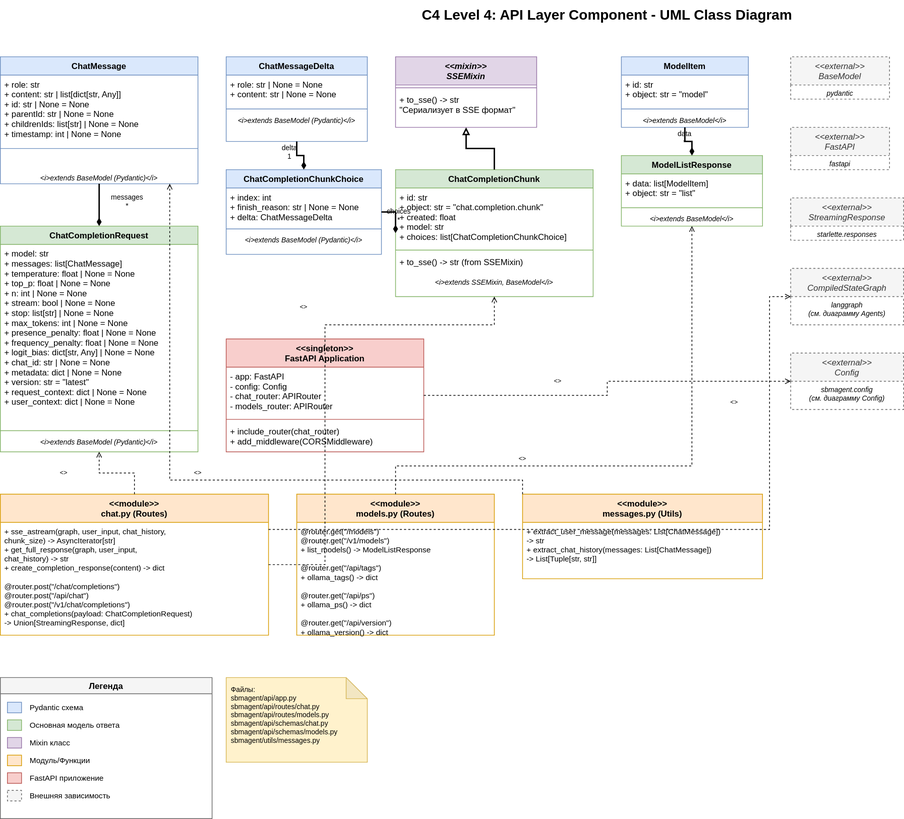
This is ProjectAPILayerUML.drawio.svg from pavel-collab/Agentic-system-images, a draw.io export, as it was before one commit. Source tidied: cells renumbered, new cells last; positions are measured from the earlier drawing's top-left corner, leaving out a move shared by most shapes.
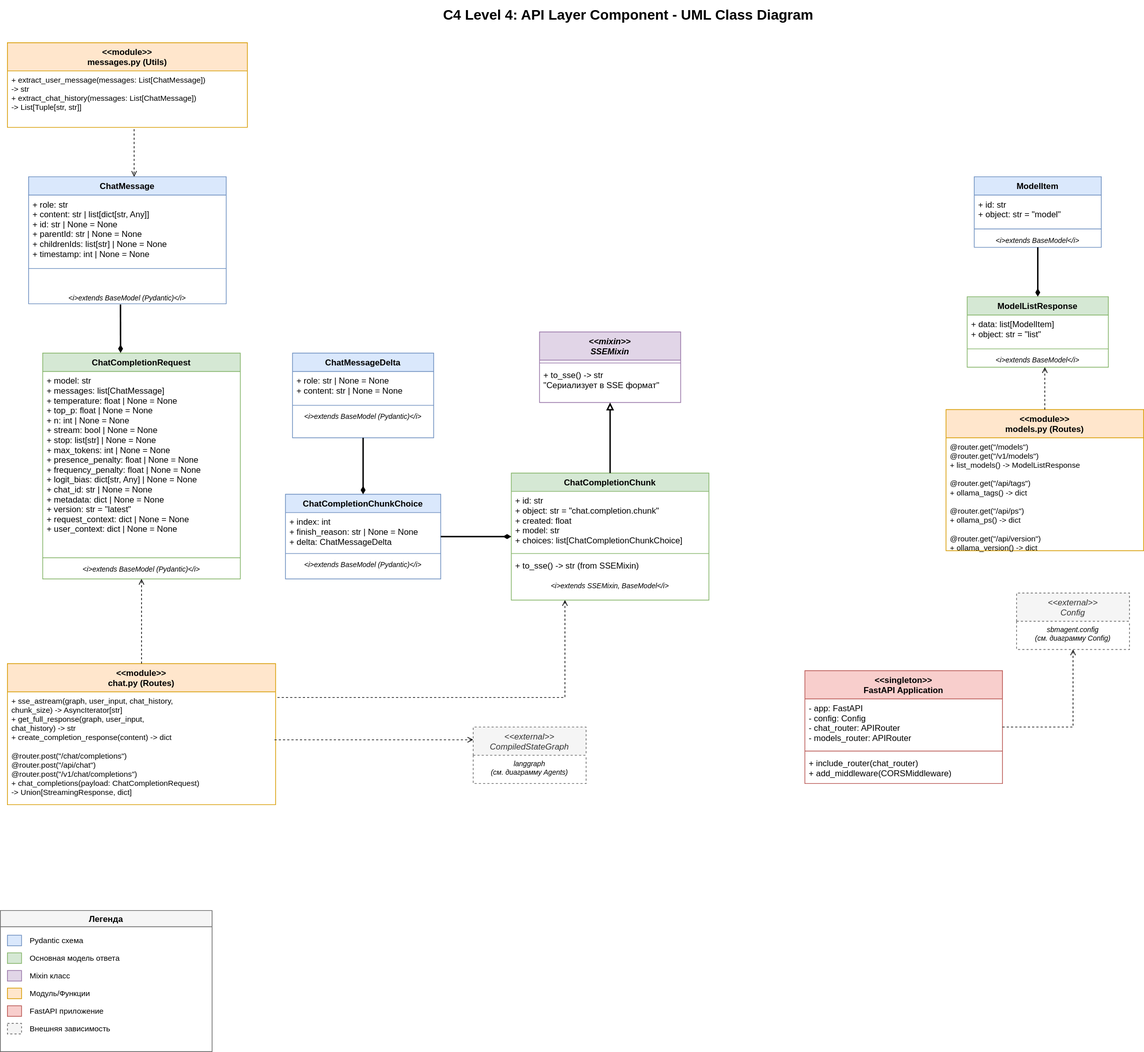
Above is the later version.

Diff of the diagram source:
```diff
@@ -8,3 +8,3 @@
     <mxCell id="3" value="ChatMessage" style="swimlane;fontStyle=1;align=center;verticalAlign=top;horizontal=1;startSize=26;fillColor=#dae8fc;strokeColor=#6c8ebf;" parent="1" vertex="1">
-      <mxGeometry y="80" width="280" height="180" as="geometry" />
+      <mxGeometry x="10" y="250" width="280" height="180" as="geometry" />
     </mxCell>
@@ -23,3 +23,3 @@
     <mxCell id="8" value="ChatMessageDelta" style="swimlane;fontStyle=1;align=center;verticalAlign=top;horizontal=1;startSize=26;fillColor=#dae8fc;strokeColor=#6c8ebf;" parent="1" vertex="1">
-      <mxGeometry x="320" y="80" width="200" height="120" as="geometry" />
+      <mxGeometry x="384" y="500" width="200" height="120" as="geometry" />
     </mxCell>
@@ -35,3 +35,3 @@
     <mxCell id="12" value="ChatCompletionRequest" style="swimlane;fontStyle=1;align=center;verticalAlign=top;horizontal=1;startSize=26;fillColor=#d5e8d4;strokeColor=#82b366;" parent="1" vertex="1">
-      <mxGeometry y="320" width="280" height="320" as="geometry" />
+      <mxGeometry x="30" y="500" width="280" height="320" as="geometry" />
     </mxCell>
@@ -47,3 +47,3 @@
     <mxCell id="16" value="&lt;&lt;mixin&gt;&gt;&#10;SSEMixin" style="swimlane;fontStyle=3;align=center;verticalAlign=top;horizontal=1;startSize=40;fillColor=#e1d5e7;strokeColor=#9673a6;" parent="1" vertex="1">
-      <mxGeometry x="560" y="80" width="200" height="100" as="geometry" />
+      <mxGeometry x="734" y="470" width="200" height="100" as="geometry" />
     </mxCell>
@@ -56,3 +56,3 @@
     <mxCell id="19" value="ChatCompletionChunkChoice" style="swimlane;fontStyle=1;align=center;verticalAlign=top;horizontal=1;startSize=26;fillColor=#dae8fc;strokeColor=#6c8ebf;" parent="1" vertex="1">
-      <mxGeometry x="320" y="240" width="220" height="120" as="geometry" />
+      <mxGeometry x="374" y="700" width="220" height="120" as="geometry" />
     </mxCell>
@@ -68,3 +68,3 @@
     <mxCell id="23" value="ChatCompletionChunk" style="swimlane;fontStyle=1;align=center;verticalAlign=top;horizontal=1;startSize=26;fillColor=#d5e8d4;strokeColor=#82b366;" parent="1" vertex="1">
-      <mxGeometry x="560" y="240" width="280" height="180" as="geometry" />
+      <mxGeometry x="694" y="670" width="280" height="180" as="geometry" />
     </mxCell>
@@ -83,3 +83,3 @@
     <mxCell id="28" value="ModelItem" style="swimlane;fontStyle=1;align=center;verticalAlign=top;horizontal=1;startSize=26;fillColor=#dae8fc;strokeColor=#6c8ebf;" parent="1" vertex="1">
-      <mxGeometry x="880" y="80" width="180" height="100" as="geometry" />
+      <mxGeometry x="1350" y="250" width="180" height="100" as="geometry" />
     </mxCell>
@@ -95,3 +95,3 @@
     <mxCell id="32" value="ModelListResponse" style="swimlane;fontStyle=1;align=center;verticalAlign=top;horizontal=1;startSize=26;fillColor=#d5e8d4;strokeColor=#82b366;" parent="1" vertex="1">
-      <mxGeometry x="880" y="220" width="200" height="100" as="geometry" />
+      <mxGeometry x="1340" y="420" width="200" height="100" as="geometry" />
     </mxCell>
@@ -107,3 +107,3 @@
     <mxCell id="36" value="&lt;&lt;module&gt;&gt;&#10;chat.py (Routes)" style="swimlane;fontStyle=1;align=center;verticalAlign=top;horizontal=1;startSize=40;fillColor=#ffe6cc;strokeColor=#d79b00;" parent="1" vertex="1">
-      <mxGeometry y="700" width="380" height="200" as="geometry" />
+      <mxGeometry x="-20" y="940" width="380" height="200" as="geometry" />
     </mxCell>
@@ -113,3 +113,3 @@
     <mxCell id="38" value="&lt;&lt;module&gt;&gt;&#10;models.py (Routes)" style="swimlane;fontStyle=1;align=center;verticalAlign=top;horizontal=1;startSize=40;fillColor=#ffe6cc;strokeColor=#d79b00;" parent="1" vertex="1">
-      <mxGeometry x="420" y="700" width="280" height="200" as="geometry" />
+      <mxGeometry x="1310" y="580" width="280" height="200" as="geometry" />
     </mxCell>
@@ -119,3 +119,3 @@
     <mxCell id="40" value="&lt;&lt;module&gt;&gt;&#10;messages.py (Utils)" style="swimlane;fontStyle=1;align=center;verticalAlign=top;horizontal=1;startSize=40;fillColor=#ffe6cc;strokeColor=#d79b00;" parent="1" vertex="1">
-      <mxGeometry x="740" y="700" width="340" height="120" as="geometry" />
+      <mxGeometry x="-20" y="60" width="340" height="120" as="geometry" />
     </mxCell>
@@ -125,3 +125,3 @@
     <mxCell id="42" value="&lt;&lt;singleton&gt;&gt;&#10;FastAPI Application" style="swimlane;fontStyle=1;align=center;verticalAlign=top;horizontal=1;startSize=40;fillColor=#f8cecc;strokeColor=#b85450;" parent="1" vertex="1">
-      <mxGeometry x="320" y="480" width="280" height="160" as="geometry" />
+      <mxGeometry x="1110" y="950" width="280" height="160" as="geometry" />
     </mxCell>
@@ -136,22 +136,4 @@
     </mxCell>
-    <mxCell id="46" value="&lt;&lt;external&gt;&gt;&#10;BaseModel" style="swimlane;fontStyle=2;align=center;verticalAlign=top;horizontal=1;startSize=40;fillColor=#f5f5f5;strokeColor=#666666;fontColor=#333333;dashed=1;" parent="1" vertex="1">
-      <mxGeometry x="1120" y="80" width="140" height="60" as="geometry" />
-    </mxCell>
-    <mxCell id="47" value="pydantic" style="text;strokeColor=none;fillColor=none;align=center;verticalAlign=top;spacingLeft=4;spacingRight=4;overflow=hidden;fontStyle=2;fontSize=10;" parent="46" vertex="1">
-      <mxGeometry y="40" width="140" height="20" as="geometry" />
-    </mxCell>
-    <mxCell id="48" value="&lt;&lt;external&gt;&gt;&#10;FastAPI" style="swimlane;fontStyle=2;align=center;verticalAlign=top;horizontal=1;startSize=40;fillColor=#f5f5f5;strokeColor=#666666;fontColor=#333333;dashed=1;" parent="1" vertex="1">
-      <mxGeometry x="1120" y="180" width="140" height="60" as="geometry" />
-    </mxCell>
-    <mxCell id="49" value="fastapi" style="text;strokeColor=none;fillColor=none;align=center;verticalAlign=top;spacingLeft=4;spacingRight=4;overflow=hidden;fontStyle=2;fontSize=10;" parent="48" vertex="1">
-      <mxGeometry y="40" width="140" height="20" as="geometry" />
-    </mxCell>
-    <mxCell id="50" value="&lt;&lt;external&gt;&gt;&#10;StreamingResponse" style="swimlane;fontStyle=2;align=center;verticalAlign=top;horizontal=1;startSize=40;fillColor=#f5f5f5;strokeColor=#666666;fontColor=#333333;dashed=1;" parent="1" vertex="1">
-      <mxGeometry x="1120" y="280" width="160" height="60" as="geometry" />
-    </mxCell>
-    <mxCell id="51" value="starlette.responses" style="text;strokeColor=none;fillColor=none;align=center;verticalAlign=top;spacingLeft=4;spacingRight=4;overflow=hidden;fontStyle=2;fontSize=10;" parent="50" vertex="1">
-      <mxGeometry y="40" width="160" height="20" as="geometry" />
-    </mxCell>
     <mxCell id="52" value="&lt;&lt;external&gt;&gt;&#10;CompiledStateGraph" style="swimlane;fontStyle=2;align=center;verticalAlign=top;horizontal=1;startSize=40;fillColor=#f5f5f5;strokeColor=#666666;fontColor=#333333;dashed=1;" parent="1" vertex="1">
-      <mxGeometry x="1120" y="380" width="160" height="80" as="geometry" />
+      <mxGeometry x="640" y="1030" width="160" height="80" as="geometry" />
     </mxCell>
@@ -161,3 +143,3 @@
     <mxCell id="54" value="&lt;&lt;external&gt;&gt;&#10;Config" style="swimlane;fontStyle=2;align=center;verticalAlign=top;horizontal=1;startSize=40;fillColor=#f5f5f5;strokeColor=#666666;fontColor=#333333;dashed=1;" parent="1" vertex="1">
-      <mxGeometry x="1120" y="500" width="160" height="80" as="geometry" />
+      <mxGeometry x="1410" y="840" width="160" height="80" as="geometry" />
     </mxCell>
@@ -166,13 +148,2 @@
     </mxCell>
-    <mxCell id="56" style="edgeStyle=orthogonalEdgeStyle;rounded=0;jettySize=auto;html=1;endArrow=diamondThin;endFill=1;strokeWidth=2;" parent="1" edge="1" source="3" target="12">
-      <mxGeometry relative="1" as="geometry">
-        <Array as="points">
-          <mxPoint x="140" y="280" />
-          <mxPoint x="140" y="280" />
-        </Array>
-      </mxGeometry>
-    </mxCell>
-    <mxCell id="57" value="messages&#10;*" style="text;html=1;strokeColor=none;fillColor=none;align=center;verticalAlign=middle;whiteSpace=wrap;rounded=0;fontSize=10;" parent="1" vertex="1">
-      <mxGeometry x="150" y="270" width="60" height="30" as="geometry" />
-    </mxCell>
     <mxCell id="58" style="edgeStyle=orthogonalEdgeStyle;rounded=0;jettySize=auto;html=1;endArrow=diamondThin;endFill=1;strokeWidth=2;" parent="1" edge="1" source="8" target="19">
@@ -180,5 +151,2 @@
     </mxCell>
-    <mxCell id="59" value="delta&#10;1" style="text;html=1;strokeColor=none;fillColor=none;align=center;verticalAlign=middle;whiteSpace=wrap;rounded=0;fontSize=10;" parent="1" vertex="1">
-      <mxGeometry x="390" y="200" width="40" height="30" as="geometry" />
-    </mxCell>
     <mxCell id="60" style="edgeStyle=orthogonalEdgeStyle;rounded=0;jettySize=auto;html=1;endArrow=diamondThin;endFill=1;strokeWidth=2;" parent="1" edge="1" source="19" target="23">
@@ -186,5 +154,2 @@
     </mxCell>
-    <mxCell id="61" value="choices&#10;*" style="text;html=1;strokeColor=none;fillColor=none;align=center;verticalAlign=middle;whiteSpace=wrap;rounded=0;fontSize=10;" parent="1" vertex="1">
-      <mxGeometry x="540" y="290" width="50" height="30" as="geometry" />
-    </mxCell>
     <mxCell id="62" style="edgeStyle=orthogonalEdgeStyle;rounded=0;jettySize=auto;html=1;endArrow=block;endFill=0;strokeWidth=2;" parent="1" edge="1" source="23" target="16">
@@ -195,5 +160,2 @@
     </mxCell>
-    <mxCell id="64" value="data&#10;*" style="text;html=1;strokeColor=none;fillColor=none;align=center;verticalAlign=middle;whiteSpace=wrap;rounded=0;fontSize=10;" parent="1" vertex="1">
-      <mxGeometry x="950" y="180" width="40" height="30" as="geometry" />
-    </mxCell>
     <mxCell id="65" style="edgeStyle=orthogonalEdgeStyle;rounded=0;jettySize=auto;html=1;dashed=1;endArrow=open;endFill=0;strokeWidth=1;" parent="1" edge="1" source="42" target="54">
@@ -201,5 +163,2 @@
     </mxCell>
-    <mxCell id="66" value="&lt;&lt;uses&gt;&gt;" style="text;html=1;strokeColor=none;fillColor=none;align=center;verticalAlign=middle;whiteSpace=wrap;rounded=0;fontSize=9;fontStyle=2;" parent="1" vertex="1">
-      <mxGeometry x="760" y="530" width="60" height="20" as="geometry" />
-    </mxCell>
     <mxCell id="67" style="edgeStyle=orthogonalEdgeStyle;rounded=0;jettySize=auto;html=1;dashed=1;endArrow=open;endFill=0;strokeWidth=1;" parent="1" edge="1" source="36" target="12">
@@ -207,11 +166,6 @@
     </mxCell>
-    <mxCell id="68" value="&lt;&lt;uses&gt;&gt;" style="text;html=1;strokeColor=none;fillColor=none;align=center;verticalAlign=middle;whiteSpace=wrap;rounded=0;fontSize=9;fontStyle=2;" parent="1" vertex="1">
-      <mxGeometry x="60" y="660" width="60" height="20" as="geometry" />
-    </mxCell>
-    <mxCell id="69" style="edgeStyle=orthogonalEdgeStyle;rounded=0;jettySize=auto;html=1;dashed=1;endArrow=open;endFill=0;strokeWidth=1;exitX=1;exitY=0.5;exitDx=0;exitDy=0;" parent="1" edge="1" source="36" target="23">
+    <mxCell id="69" style="edgeStyle=orthogonalEdgeStyle;rounded=0;jettySize=auto;html=1;dashed=1;endArrow=open;endFill=0;strokeWidth=1;exitX=1.007;exitY=0.05;exitDx=0;exitDy=0;exitPerimeter=0;" parent="1" edge="1" source="37" target="23">
       <mxGeometry relative="1" as="geometry">
         <Array as="points">
-          <mxPoint x="460" y="800" />
-          <mxPoint x="460" y="460" />
-          <mxPoint x="700" y="460" />
+          <mxPoint x="770" y="988" />
         </Array>
@@ -219,5 +173,2 @@
     </mxCell>
-    <mxCell id="70" value="&lt;&lt;creates&gt;&gt;" style="text;html=1;strokeColor=none;fillColor=none;align=center;verticalAlign=middle;whiteSpace=wrap;rounded=0;fontSize=9;fontStyle=2;" parent="1" vertex="1">
-      <mxGeometry x="400" y="425" width="60" height="20" as="geometry" />
-    </mxCell>
     <mxCell id="71" style="edgeStyle=orthogonalEdgeStyle;rounded=0;jettySize=auto;html=1;dashed=1;endArrow=open;endFill=0;strokeWidth=1;exitX=0.5;exitY=0;exitDx=0;exitDy=0;" parent="1" edge="1" source="38" target="32">
@@ -225,4 +176,4 @@
         <Array as="points">
-          <mxPoint x="560" y="660" />
-          <mxPoint x="980" y="660" />
+          <mxPoint x="1450" y="460" />
+          <mxPoint x="1450" y="460" />
         </Array>
@@ -230,11 +181,7 @@
     </mxCell>
-    <mxCell id="72" value="&lt;&lt;returns&gt;&gt;" style="text;html=1;strokeColor=none;fillColor=none;align=center;verticalAlign=middle;whiteSpace=wrap;rounded=0;fontSize=9;fontStyle=2;" parent="1" vertex="1">
-      <mxGeometry x="710" y="640" width="60" height="20" as="geometry" />
-    </mxCell>
-    <mxCell id="73" style="edgeStyle=orthogonalEdgeStyle;rounded=0;jettySize=auto;html=1;dashed=1;endArrow=open;endFill=0;strokeWidth=1;exitX=0;exitY=0;exitDx=0;exitDy=0;" parent="1" edge="1" source="40" target="3">
+    <mxCell id="73" style="edgeStyle=orthogonalEdgeStyle;rounded=0;jettySize=auto;html=1;dashed=1;endArrow=open;endFill=0;strokeWidth=1;exitX=0.528;exitY=1.033;exitDx=0;exitDy=0;exitPerimeter=0;" parent="1" edge="1" source="41" target="3">
       <mxGeometry relative="1" as="geometry">
         <Array as="points">
-          <mxPoint x="740" y="680" />
-          <mxPoint x="240" y="680" />
-          <mxPoint x="240" y="170" />
+          <mxPoint x="160" y="220" />
+          <mxPoint x="160" y="220" />
         </Array>
@@ -242,10 +189,7 @@
     </mxCell>
-    <mxCell id="74" value="&lt;&lt;uses&gt;&gt;" style="text;html=1;strokeColor=none;fillColor=none;align=center;verticalAlign=middle;whiteSpace=wrap;rounded=0;fontSize=9;fontStyle=2;" parent="1" vertex="1">
-      <mxGeometry x="250" y="660" width="60" height="20" as="geometry" />
-    </mxCell>
-    <mxCell id="75" style="edgeStyle=orthogonalEdgeStyle;rounded=0;jettySize=auto;html=1;dashed=1;endArrow=open;endFill=0;strokeWidth=1;exitX=1;exitY=0.25;exitDx=0;exitDy=0;" parent="1" edge="1" source="36" target="52">
+    <mxCell id="75" style="edgeStyle=orthogonalEdgeStyle;rounded=0;jettySize=auto;html=1;dashed=1;endArrow=open;endFill=0;strokeWidth=1;exitX=0.996;exitY=0.425;exitDx=0;exitDy=0;exitPerimeter=0;" parent="1" edge="1" source="37" target="52">
       <mxGeometry relative="1" as="geometry">
         <Array as="points">
-          <mxPoint x="1090" y="750" />
-          <mxPoint x="1090" y="420" />
+          <mxPoint x="560" y="1048" />
+          <mxPoint x="560" y="1048" />
         </Array>
@@ -253,7 +197,4 @@
     </mxCell>
-    <mxCell id="76" value="&lt;&lt;uses&gt;&gt;" style="text;html=1;strokeColor=none;fillColor=none;align=center;verticalAlign=middle;whiteSpace=wrap;rounded=0;fontSize=9;fontStyle=2;" parent="1" vertex="1">
-      <mxGeometry x="1010" y="560" width="60" height="20" as="geometry" />
-    </mxCell>
     <mxCell id="77" value="Легенда" style="swimlane;startSize=23;fillColor=#f5f5f5;strokeColor=#666666;" parent="1" vertex="1">
-      <mxGeometry y="960" width="300" height="200" as="geometry" />
+      <mxGeometry x="-30" y="1290" width="300" height="200" as="geometry" />
     </mxCell>
@@ -295,5 +236,5 @@
     </mxCell>
-    <mxCell id="90" value="Файлы:&#10;sbmagent/api/app.py&#10;sbmagent/api/routes/chat.py&#10;sbmagent/api/routes/models.py&#10;sbmagent/api/schemas/chat.py&#10;sbmagent/api/schemas/models.py&#10;sbmagent/utils/messages.py" style="shape=note;whiteSpace=wrap;html=1;backgroundOutline=1;darkOpacity=0.05;fillColor=#fff2cc;strokeColor=#d6b656;align=left;verticalAlign=top;spacingLeft=5;spacingTop=5;fontSize=10;" parent="1" vertex="1">
-      <mxGeometry x="320" y="960" width="200" height="120" as="geometry" />
-    </mxCell>
+    <mxCell id="91" style="endArrow=diamondThin;html=1;rounded=0;endFill=1;strokeWidth=2;exitX=0.465;exitY=1.054;exitDx=0;exitDy=0;exitPerimeter=0;entryX=0.394;entryY=-0.001;entryDx=0;entryDy=0;entryPerimeter=0;" parent="1" edge="1" source="7" target="12">
+      <mxGeometry relative="1" as="geometry" />
+    </mxCell>
   </root>
```
